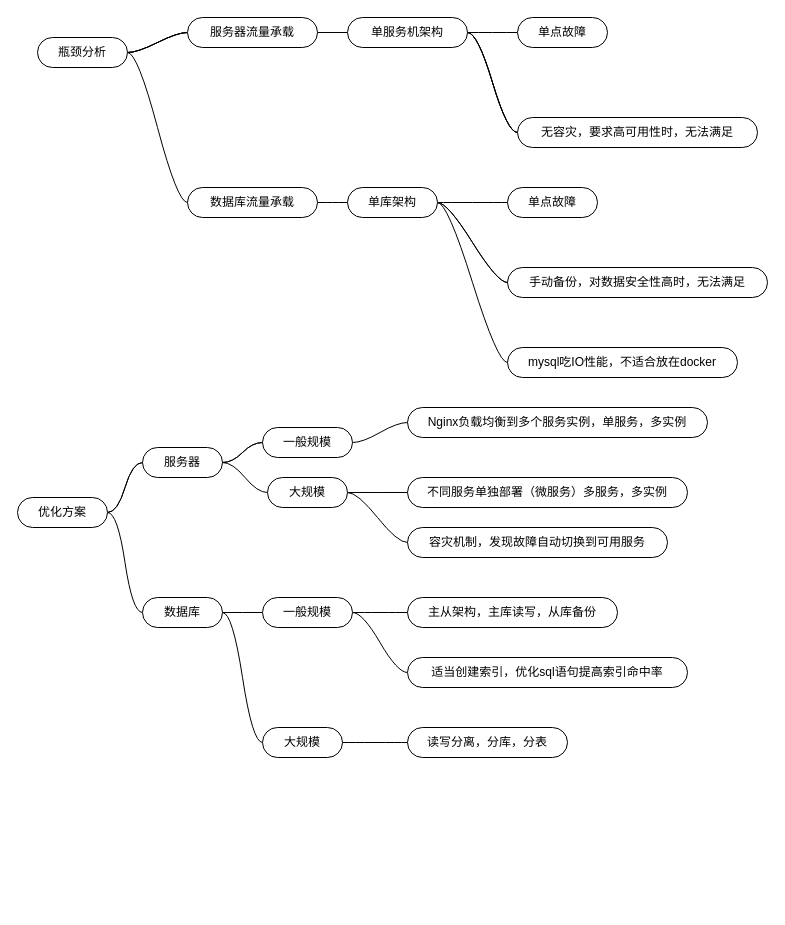
The draw.io diagram 数据表ER图.drawio in jeefs/mindGraph, before the edit. Source tidied: cells renumbered, new cells numbered last; positions are measured from the earlier drawing's top-left corner, leaving out a move shared by most shapes. Both pictures are drawn from the tidied source at 100%, with x=0, y=0 at pixel (17, 17).
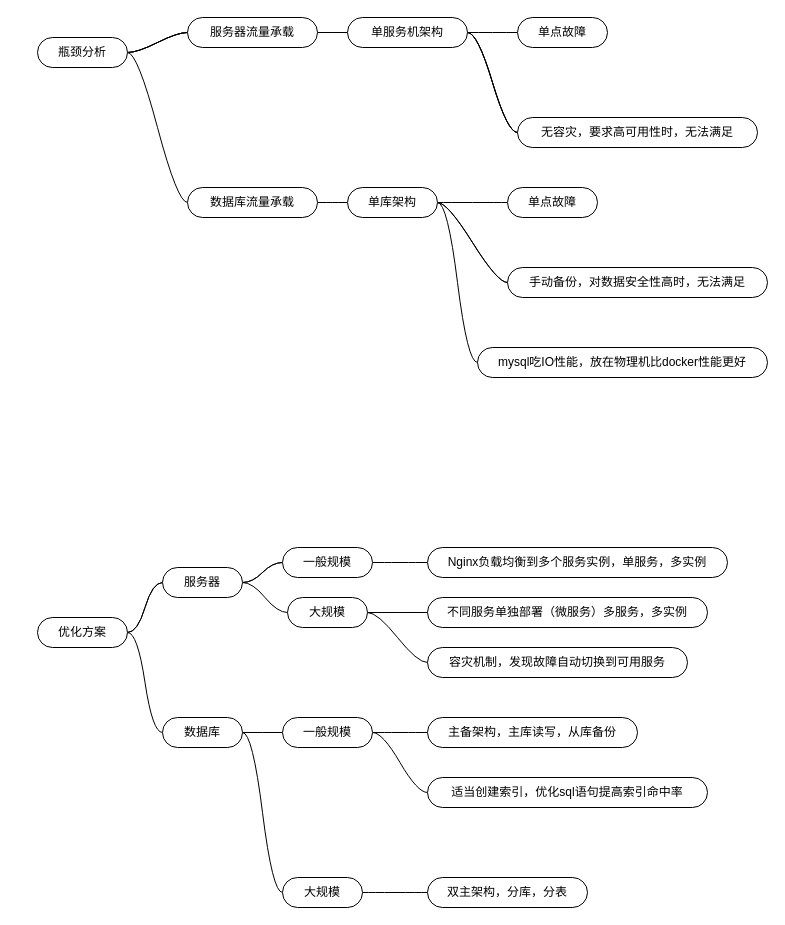
Above is the later version.

Commit message:
更新数据表ER图.drawio

The edit, as a diff of the source:
```diff
@@
-    <mxCell id="26" value="mysql吃IO性能，不适合放在docker" style="whiteSpace=wrap;html=1;rounded=1;arcSize=50;align=center;verticalAlign=middle;strokeWidth=1;spacing=4;newEdgeStyle={&quot;edgeStyle&quot;:&quot;entityRelationEdgeStyle&quot;,&quot;startArrow&quot;:&quot;none&quot;,&quot;endArrow&quot;:&quot;none&quot;,&quot;segment&quot;:10,&quot;curved&quot;:1,&quot;sourcePerimeterSpacing&quot;:0,&quot;targetPerimeterSpacing&quot;:0};" parent="1" vertex="1">
-      <mxGeometry x="490" y="330" width="230" height="30" as="geometry" />
+    <mxCell id="26" value="mysql吃IO性能，放在物理机比docker性能更好" style="whiteSpace=wrap;html=1;rounded=1;arcSize=50;align=center;verticalAlign=middle;strokeWidth=1;spacing=4;newEdgeStyle={&quot;edgeStyle&quot;:&quot;entityRelationEdgeStyle&quot;,&quot;startArrow&quot;:&quot;none&quot;,&quot;endArrow&quot;:&quot;none&quot;,&quot;segment&quot;:10,&quot;curved&quot;:1,&quot;sourcePerimeterSpacing&quot;:0,&quot;targetPerimeterSpacing&quot;:0};" parent="1" vertex="1">
+      <mxGeometry x="460" y="330" width="290" height="30" as="geometry" />
     </mxCell>
@@
     <mxCell id="30" value="优化方案" style="whiteSpace=wrap;html=1;rounded=1;arcSize=50;align=center;verticalAlign=middle;strokeWidth=1;spacing=4;newEdgeStyle={&quot;edgeStyle&quot;:&quot;entityRelationEdgeStyle&quot;,&quot;startArrow&quot;:&quot;none&quot;,&quot;endArrow&quot;:&quot;none&quot;,&quot;segment&quot;:10,&quot;curved&quot;:1,&quot;sourcePerimeterSpacing&quot;:0,&quot;targetPerimeterSpacing&quot;:0};" parent="1" vertex="1">
-      <mxGeometry y="480" width="90" height="30" as="geometry" />
+      <mxGeometry x="20" y="600" width="90" height="30" as="geometry" />
     </mxCell>
@@
     <mxCell id="34" value="服务器" style="whiteSpace=wrap;html=1;rounded=1;arcSize=50;align=center;verticalAlign=middle;strokeWidth=1;spacing=4;newEdgeStyle={&quot;edgeStyle&quot;:&quot;entityRelationEdgeStyle&quot;,&quot;startArrow&quot;:&quot;none&quot;,&quot;endArrow&quot;:&quot;none&quot;,&quot;segment&quot;:10,&quot;curved&quot;:1,&quot;sourcePerimeterSpacing&quot;:0,&quot;targetPerimeterSpacing&quot;:0};" parent="1" vertex="1">
-      <mxGeometry x="125" y="430" width="80" height="30" as="geometry" />
+      <mxGeometry x="145" y="550" width="80" height="30" as="geometry" />
     </mxCell>
@@
     <mxCell id="37" value="数据库" style="whiteSpace=wrap;html=1;rounded=1;arcSize=50;align=center;verticalAlign=middle;strokeWidth=1;spacing=4;newEdgeStyle={&quot;edgeStyle&quot;:&quot;entityRelationEdgeStyle&quot;,&quot;startArrow&quot;:&quot;none&quot;,&quot;endArrow&quot;:&quot;none&quot;,&quot;segment&quot;:10,&quot;curved&quot;:1,&quot;sourcePerimeterSpacing&quot;:0,&quot;targetPerimeterSpacing&quot;:0};" parent="1" vertex="1">
-      <mxGeometry x="125" y="580" width="80" height="30" as="geometry" />
+      <mxGeometry x="145" y="700" width="80" height="30" as="geometry" />
     </mxCell>
@@
     <mxCell id="39" value="一般规模" style="whiteSpace=wrap;html=1;rounded=1;arcSize=50;align=center;verticalAlign=middle;strokeWidth=1;spacing=4;newEdgeStyle={&quot;edgeStyle&quot;:&quot;entityRelationEdgeStyle&quot;,&quot;startArrow&quot;:&quot;none&quot;,&quot;endArrow&quot;:&quot;none&quot;,&quot;segment&quot;:10,&quot;curved&quot;:1,&quot;sourcePerimeterSpacing&quot;:0,&quot;targetPerimeterSpacing&quot;:0};" parent="1" vertex="1">
-      <mxGeometry x="245" y="410" width="90" height="30" as="geometry" />
+      <mxGeometry x="265" y="530" width="90" height="30" as="geometry" />
     </mxCell>
@@
     <mxCell id="43" value="大规模" style="whiteSpace=wrap;html=1;rounded=1;arcSize=50;align=center;verticalAlign=middle;strokeWidth=1;spacing=4;newEdgeStyle={&quot;edgeStyle&quot;:&quot;entityRelationEdgeStyle&quot;,&quot;startArrow&quot;:&quot;none&quot;,&quot;endArrow&quot;:&quot;none&quot;,&quot;segment&quot;:10,&quot;curved&quot;:1,&quot;sourcePerimeterSpacing&quot;:0,&quot;targetPerimeterSpacing&quot;:0};" parent="1" vertex="1">
-      <mxGeometry x="250" y="460" width="80" height="30" as="geometry" />
+      <mxGeometry x="270" y="580" width="80" height="30" as="geometry" />
     </mxCell>
     <mxCell id="44" value="Nginx负载均衡到多个服务实例，单服务，多实例" style="whiteSpace=wrap;html=1;rounded=1;arcSize=50;align=center;verticalAlign=middle;strokeWidth=1;spacing=4;newEdgeStyle={&quot;edgeStyle&quot;:&quot;entityRelationEdgeStyle&quot;,&quot;startArrow&quot;:&quot;none&quot;,&quot;endArrow&quot;:&quot;none&quot;,&quot;segment&quot;:10,&quot;curved&quot;:1,&quot;sourcePerimeterSpacing&quot;:0,&quot;targetPerimeterSpacing&quot;:0};" parent="1" vertex="1">
-      <mxGeometry x="390" y="390" width="300" height="30" as="geometry" />
+      <mxGeometry x="410" y="530" width="300" height="30" as="geometry" />
     </mxCell>
     <mxCell id="45" value="不同服务单独部署（微服务）多服务，多实例" style="whiteSpace=wrap;html=1;rounded=1;arcSize=50;align=center;verticalAlign=middle;strokeWidth=1;spacing=4;newEdgeStyle={&quot;edgeStyle&quot;:&quot;entityRelationEdgeStyle&quot;,&quot;startArrow&quot;:&quot;none&quot;,&quot;endArrow&quot;:&quot;none&quot;,&quot;segment&quot;:10,&quot;curved&quot;:1,&quot;sourcePerimeterSpacing&quot;:0,&quot;targetPerimeterSpacing&quot;:0};" parent="1" vertex="1">
-      <mxGeometry x="390" y="460" width="280" height="30" as="geometry" />
+      <mxGeometry x="410" y="580" width="280" height="30" as="geometry" />
     </mxCell>
     <mxCell id="46" value="容灾机制，发现故障自动切换到可用服务" style="whiteSpace=wrap;html=1;rounded=1;arcSize=50;align=center;verticalAlign=middle;strokeWidth=1;spacing=4;newEdgeStyle={&quot;edgeStyle&quot;:&quot;entityRelationEdgeStyle&quot;,&quot;startArrow&quot;:&quot;none&quot;,&quot;endArrow&quot;:&quot;none&quot;,&quot;segment&quot;:10,&quot;curved&quot;:1,&quot;sourcePerimeterSpacing&quot;:0,&quot;targetPerimeterSpacing&quot;:0};" parent="1" vertex="1">
-      <mxGeometry x="390" y="510" width="260" height="30" as="geometry" />
+      <mxGeometry x="410" y="630" width="260" height="30" as="geometry" />
     </mxCell>
@@
     <mxCell id="49" value="一般规模" style="whiteSpace=wrap;html=1;rounded=1;arcSize=50;align=center;verticalAlign=middle;strokeWidth=1;spacing=4;newEdgeStyle={&quot;edgeStyle&quot;:&quot;entityRelationEdgeStyle&quot;,&quot;startArrow&quot;:&quot;none&quot;,&quot;endArrow&quot;:&quot;none&quot;,&quot;segment&quot;:10,&quot;curved&quot;:1,&quot;sourcePerimeterSpacing&quot;:0,&quot;targetPerimeterSpacing&quot;:0};" parent="1" vertex="1">
-      <mxGeometry x="245" y="580" width="90" height="30" as="geometry" />
+      <mxGeometry x="265" y="700" width="90" height="30" as="geometry" />
     </mxCell>
@@
     <mxCell id="51" value="大规模" style="whiteSpace=wrap;html=1;rounded=1;arcSize=50;align=center;verticalAlign=middle;strokeWidth=1;spacing=4;newEdgeStyle={&quot;edgeStyle&quot;:&quot;entityRelationEdgeStyle&quot;,&quot;startArrow&quot;:&quot;none&quot;,&quot;endArrow&quot;:&quot;none&quot;,&quot;segment&quot;:10,&quot;curved&quot;:1,&quot;sourcePerimeterSpacing&quot;:0,&quot;targetPerimeterSpacing&quot;:0};" parent="1" vertex="1">
-      <mxGeometry x="245" y="710" width="80" height="30" as="geometry" />
+      <mxGeometry x="265" y="860" width="80" height="30" as="geometry" />
     </mxCell>
-    <mxCell id="52" value="主从架构，主库读写，从库备份" style="whiteSpace=wrap;html=1;rounded=1;arcSize=50;align=center;verticalAlign=middle;strokeWidth=1;spacing=4;newEdgeStyle={&quot;edgeStyle&quot;:&quot;entityRelationEdgeStyle&quot;,&quot;startArrow&quot;:&quot;none&quot;,&quot;endArrow&quot;:&quot;none&quot;,&quot;segment&quot;:10,&quot;curved&quot;:1,&quot;sourcePerimeterSpacing&quot;:0,&quot;targetPerimeterSpacing&quot;:0};" parent="1" vertex="1">
-      <mxGeometry x="390" y="580" width="210" height="30" as="geometry" />
+    <mxCell id="52" value="主备架构，主库读写，从库备份" style="whiteSpace=wrap;html=1;rounded=1;arcSize=50;align=center;verticalAlign=middle;strokeWidth=1;spacing=4;newEdgeStyle={&quot;edgeStyle&quot;:&quot;entityRelationEdgeStyle&quot;,&quot;startArrow&quot;:&quot;none&quot;,&quot;endArrow&quot;:&quot;none&quot;,&quot;segment&quot;:10,&quot;curved&quot;:1,&quot;sourcePerimeterSpacing&quot;:0,&quot;targetPerimeterSpacing&quot;:0};" parent="1" vertex="1">
+      <mxGeometry x="410" y="700" width="210" height="30" as="geometry" />
     </mxCell>
-    <mxCell id="53" value="读写分离，分库，分表" style="whiteSpace=wrap;html=1;rounded=1;arcSize=50;align=center;verticalAlign=middle;strokeWidth=1;spacing=4;newEdgeStyle={&quot;edgeStyle&quot;:&quot;entityRelationEdgeStyle&quot;,&quot;startArrow&quot;:&quot;none&quot;,&quot;endArrow&quot;:&quot;none&quot;,&quot;segment&quot;:10,&quot;curved&quot;:1,&quot;sourcePerimeterSpacing&quot;:0,&quot;targetPerimeterSpacing&quot;:0};" parent="1" vertex="1">
-      <mxGeometry x="390" y="710" width="160" height="30" as="geometry" />
+    <mxCell id="53" value="双主架构，分库，分表" style="whiteSpace=wrap;html=1;rounded=1;arcSize=50;align=center;verticalAlign=middle;strokeWidth=1;spacing=4;newEdgeStyle={&quot;edgeStyle&quot;:&quot;entityRelationEdgeStyle&quot;,&quot;startArrow&quot;:&quot;none&quot;,&quot;endArrow&quot;:&quot;none&quot;,&quot;segment&quot;:10,&quot;curved&quot;:1,&quot;sourcePerimeterSpacing&quot;:0,&quot;targetPerimeterSpacing&quot;:0};" parent="1" vertex="1">
+      <mxGeometry x="410" y="860" width="160" height="30" as="geometry" />
     </mxCell>
     <mxCell id="54" value="适当创建索引，优化sql语句提高索引命中率" style="whiteSpace=wrap;html=1;rounded=1;arcSize=50;align=center;verticalAlign=middle;strokeWidth=1;spacing=4;newEdgeStyle={&quot;edgeStyle&quot;:&quot;entityRelationEdgeStyle&quot;,&quot;startArrow&quot;:&quot;none&quot;,&quot;endArrow&quot;:&quot;none&quot;,&quot;segment&quot;:10,&quot;curved&quot;:1,&quot;sourcePerimeterSpacing&quot;:0,&quot;targetPerimeterSpacing&quot;:0};" parent="1" vertex="1">
-      <mxGeometry x="390" y="640" width="280" height="30" as="geometry" />
+      <mxGeometry x="410" y="760" width="280" height="30" as="geometry" />
     </mxCell>
```
